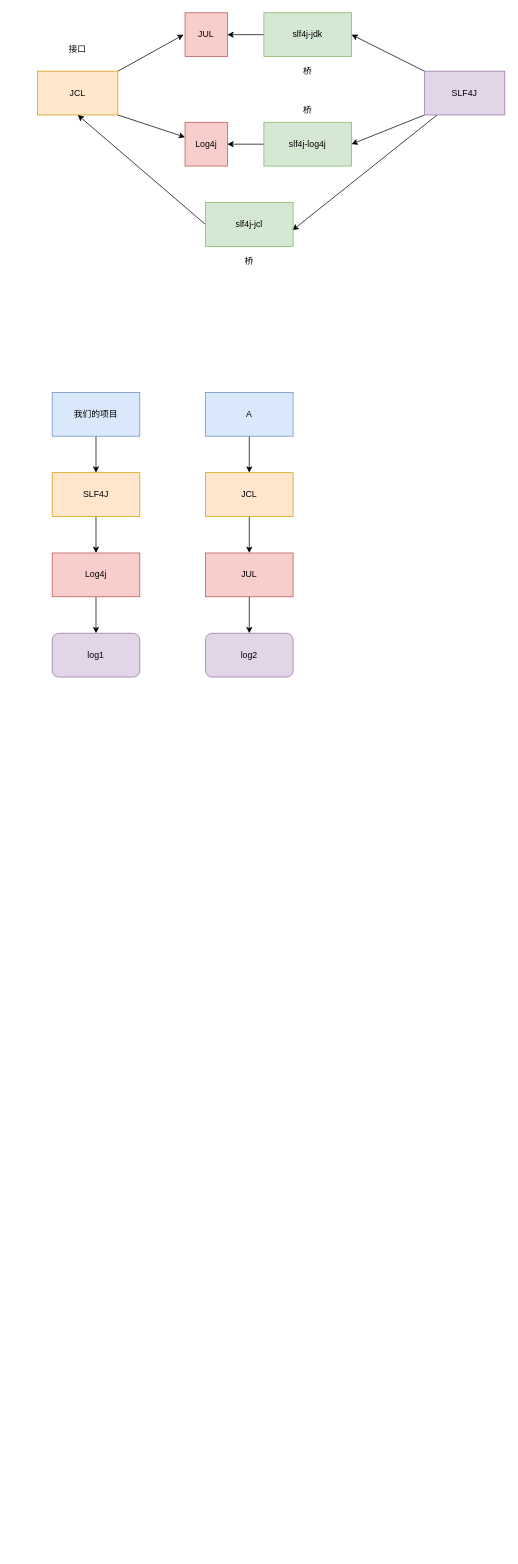
Earlier version of the draw.io diagram page "Page-2" (2 of 2) of diagrams/Untitled Diagram.drawio (sky-clr/JavaBooks). Source tidied: cells renumbered, new cells numbered last; positions are measured from the earlier drawing's top-left corner, leaving out a move shared by most shapes. Both pictures are drawn from the tidied source at 73%, with x=0, y=0 at pixel (37, 12).
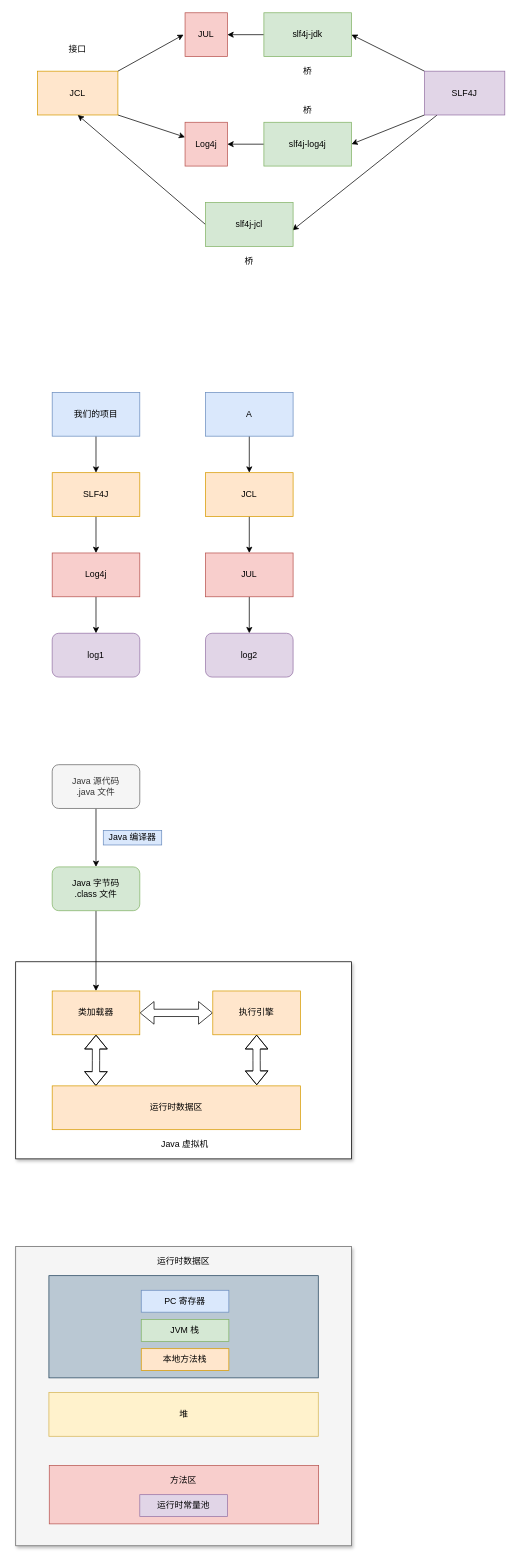
After the change.

The edit, as a diff of the source:
```diff
@@
+    <mxCell id="35" style="rounded=0;whiteSpace=wrap;html=1;shadow=1;fillColor=#f5f5f5;strokeColor=#666666;fontColor=#333333;" parent="1" vertex="1">
+      <mxGeometry x="-30" y="1690" width="460" height="410" as="geometry" />
+    </mxCell>
+    <mxCell id="36" style="rounded=0;whiteSpace=wrap;html=1;shadow=1;" parent="1" vertex="1">
+      <mxGeometry x="-30" y="1300" width="460" height="270" as="geometry" />
+    </mxCell>
@@
+    <mxCell id="37" style="edgeStyle=orthogonalEdgeStyle;rounded=0;jettySize=auto;html=1;" parent="1" edge="1" source="38" target="40">
+      <mxGeometry relative="1" as="geometry" />
+    </mxCell>
+    <mxCell id="38" value="Java 源代码&lt;br&gt;.java 文件" style="rounded=1;whiteSpace=wrap;html=1;fillColor=#f5f5f5;strokeColor=#666666;fontColor=#333333;" parent="1" vertex="1">
+      <mxGeometry x="20" y="1030" width="120" height="60" as="geometry" />
+    </mxCell>
+    <mxCell id="39" style="edgeStyle=orthogonalEdgeStyle;rounded=0;jettySize=auto;html=1;exitX=0.5;exitY=1;exitDx=0;exitDy=0;entryX=0.5;entryY=0;entryDx=0;entryDy=0;" parent="1" edge="1" source="40" target="44">
+      <mxGeometry relative="1" as="geometry" />
+    </mxCell>
+    <mxCell id="40" value="Java 字节码&lt;br&gt;.class 文件" style="whiteSpace=wrap;html=1;rounded=1;fillColor=#d5e8d4;strokeColor=#82b366;" parent="1" vertex="1">
+      <mxGeometry x="20" y="1170" width="120" height="60" as="geometry" />
+    </mxCell>
+    <mxCell id="41" value="Java 编译器" style="text;html=1;strokeColor=#6c8ebf;fillColor=#dae8fc;align=center;verticalAlign=middle;whiteSpace=wrap;rounded=0;" parent="1" vertex="1">
+      <mxGeometry x="90" y="1120" width="80" height="20" as="geometry" />
+    </mxCell>
+    <mxCell id="42" style="edgeStyle=orthogonalEdgeStyle;rounded=0;jettySize=auto;html=1;exitX=1;exitY=0.5;exitDx=0;exitDy=0;entryX=0;entryY=0.5;entryDx=0;entryDy=0;shape=flexArrow;startArrow=block;" parent="1" edge="1" source="44" target="46">
+      <mxGeometry relative="1" as="geometry" />
+    </mxCell>
+    <mxCell id="43" style="edgeStyle=orthogonalEdgeStyle;shape=flexArrow;rounded=0;jettySize=auto;html=1;exitX=0.5;exitY=1;exitDx=0;exitDy=0;entryX=0.176;entryY=0;entryDx=0;entryDy=0;entryPerimeter=0;startArrow=block;" parent="1" edge="1" source="44" target="47">
+      <mxGeometry relative="1" as="geometry" />
+    </mxCell>
+    <mxCell id="44" value="类加载器" style="rounded=0;whiteSpace=wrap;html=1;fillColor=#ffe6cc;strokeColor=#d79b00;" parent="1" vertex="1">
+      <mxGeometry x="20" y="1340" width="120" height="60" as="geometry" />
+    </mxCell>
+    <mxCell id="45" style="edgeStyle=orthogonalEdgeStyle;shape=flexArrow;rounded=0;jettySize=auto;html=1;exitX=0.5;exitY=1;exitDx=0;exitDy=0;entryX=0.824;entryY=-0.017;entryDx=0;entryDy=0;entryPerimeter=0;startArrow=block;" parent="1" edge="1" source="46" target="47">
+      <mxGeometry relative="1" as="geometry" />
+    </mxCell>
+    <mxCell id="46" value="执行引擎" style="rounded=0;whiteSpace=wrap;html=1;fillColor=#ffe6cc;strokeColor=#d79b00;" parent="1" vertex="1">
+      <mxGeometry x="240" y="1340" width="120" height="60" as="geometry" />
+    </mxCell>
+    <mxCell id="47" value="运行时数据区" style="rounded=0;whiteSpace=wrap;html=1;fillColor=#ffe6cc;strokeColor=#d79b00;" parent="1" vertex="1">
+      <mxGeometry x="20" y="1470" width="340" height="60" as="geometry" />
+    </mxCell>
+    <mxCell id="48" value="Java 虚拟机" style="text;html=1;strokeColor=none;fillColor=none;align=center;verticalAlign=middle;whiteSpace=wrap;rounded=0;" parent="1" vertex="1">
+      <mxGeometry x="148" y="1540" width="108" height="20" as="geometry" />
+    </mxCell>
+    <mxCell id="49" value="运行时数据区" style="text;html=1;strokeColor=none;fillColor=none;align=center;verticalAlign=middle;whiteSpace=wrap;rounded=0;shadow=1;" parent="1" vertex="1">
+      <mxGeometry x="131" y="1700" width="138" height="20" as="geometry" />
+    </mxCell>
+    <mxCell id="50" style="rounded=0;whiteSpace=wrap;html=1;shadow=0;fillColor=#bac8d3;strokeColor=#23445d;" parent="1" vertex="1">
+      <mxGeometry x="15.5" y="1730" width="369" height="140" as="geometry" />
+    </mxCell>
+    <mxCell id="51" value="堆" style="rounded=0;whiteSpace=wrap;html=1;shadow=0;fillColor=#fff2cc;strokeColor=#d6b656;" parent="1" vertex="1">
+      <mxGeometry x="15.5" y="1890" width="369" height="60" as="geometry" />
+    </mxCell>
+    <mxCell id="52" style="rounded=0;whiteSpace=wrap;html=1;shadow=0;fillColor=#f8cecc;strokeColor=#b85450;" parent="1" vertex="1">
+      <mxGeometry x="16" y="1990" width="369" height="80" as="geometry" />
+    </mxCell>
+    <mxCell id="53" value="PC 寄存器" style="rounded=0;whiteSpace=wrap;html=1;shadow=0;fillColor=#dae8fc;strokeColor=#6c8ebf;" parent="1" vertex="1">
+      <mxGeometry x="142" y="1750" width="120" height="30" as="geometry" />
+    </mxCell>
+    <mxCell id="54" value="JVM 栈" style="rounded=0;whiteSpace=wrap;html=1;shadow=0;fillColor=#d5e8d4;strokeColor=#82b366;" parent="1" vertex="1">
+      <mxGeometry x="142" y="1790" width="120" height="30" as="geometry" />
+    </mxCell>
+    <mxCell id="55" value="本地方法栈" style="rounded=0;whiteSpace=wrap;html=1;shadow=0;fillColor=#ffe6cc;strokeColor=#d79b00;" parent="1" vertex="1">
+      <mxGeometry x="142" y="1830" width="120" height="30" as="geometry" />
+    </mxCell>
+    <mxCell id="56" value="运行时常量池" style="rounded=0;whiteSpace=wrap;html=1;shadow=0;fillColor=#e1d5e7;strokeColor=#9673a6;" parent="1" vertex="1">
+      <mxGeometry x="140" y="2030" width="120" height="30" as="geometry" />
+    </mxCell>
+    <mxCell id="57" value="方法区" style="text;html=1;strokeColor=none;fillColor=none;align=center;verticalAlign=middle;whiteSpace=wrap;rounded=0;shadow=0;" parent="1" vertex="1">
+      <mxGeometry x="180" y="2000" width="40" height="20" as="geometry" />
+    </mxCell>
```
